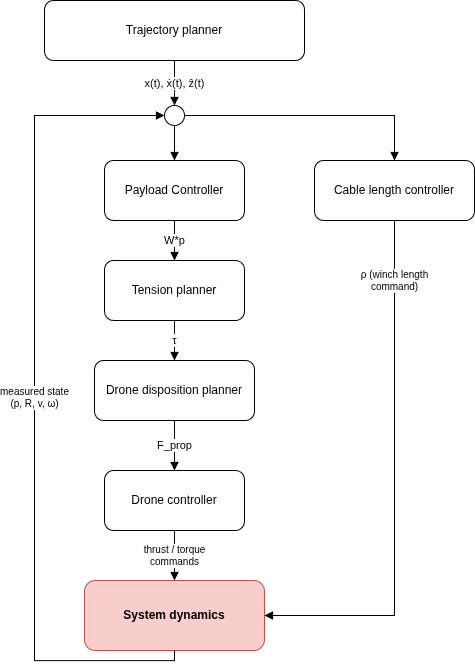
chiarabuono/ACTS-report keeps this draw.io diagram as images/diagrams/control_scheme.png. Above is the earlier version. Source tidied: cells renumbered, new cells last; positions are measured from the earlier drawing's top-left corner, leaving out a move shared by most shapes.
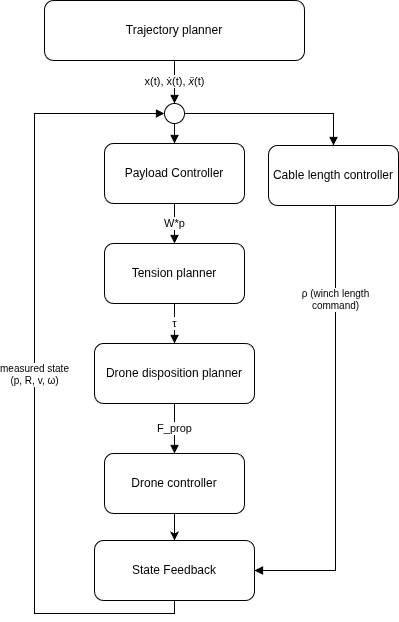
Above is the later version.

Commit message:
State at 3 August 2026

What changed in the source:
```diff
@@ -3,13 +3,13 @@
     <mxCell id="0" />
     <mxCell id="1" parent="0" />
     <mxCell id="2" value="Trajectory planner" style="rounded=1;whiteSpace=wrap;html=1;fillColor=#ffffff;strokeColor=#000000;fontSize=12;" parent="1" vertex="1">
-      <mxGeometry x="10" width="260" height="60" as="geometry" />
+      <mxGeometry x="10" y="17" width="260" height="60" as="geometry" />
     </mxCell>
     <mxCell id="3" style="ellipse;whiteSpace=wrap;html=1;fillColor=#ffffff;strokeColor=#000000;" parent="1" vertex="1">
-      <mxGeometry x="130" y="105" width="20" height="20" as="geometry" />
+      <mxGeometry x="130" y="120" width="20" height="20" as="geometry" />
     </mxCell>
     <mxCell id="4" value="Cable length controller" style="rounded=1;whiteSpace=wrap;html=1;fillColor=#ffffff;strokeColor=#000000;fontSize=12;" parent="1" vertex="1">
-      <mxGeometry x="280" y="160" width="160" height="60" as="geometry" />
+      <mxGeometry x="234" y="162" width="130" height="60" as="geometry" />
     </mxCell>
     <mxCell id="5" value="Payload Controller" style="rounded=1;whiteSpace=wrap;html=1;fillColor=#ffffff;strokeColor=#000000;fontSize=12;" parent="1" vertex="1">
       <mxGeometry x="70" y="160" width="140" height="60" as="geometry" />
@@ -20,13 +20,16 @@
     <mxCell id="7" value="Drone disposition planner" style="rounded=1;whiteSpace=wrap;html=1;fillColor=#ffffff;strokeColor=#000000;fontSize=12;" parent="1" vertex="1">
       <mxGeometry x="60" y="360" width="160" height="60" as="geometry" />
     </mxCell>
+    <mxCell id="16" style="edgeStyle=orthogonalEdgeStyle;rounded=0;jettySize=auto;html=1;exitX=0.5;exitY=1;exitDx=0;exitDy=0;entryX=0.5;entryY=0;entryDx=0;entryDy=0;" parent="1" edge="1" source="8" target="9">
+      <mxGeometry relative="1" as="geometry" />
+    </mxCell>
     <mxCell id="8" value="Drone controller" style="rounded=1;whiteSpace=wrap;html=1;fillColor=#ffffff;strokeColor=#000000;fontSize=12;" parent="1" vertex="1">
       <mxGeometry x="70" y="470" width="140" height="60" as="geometry" />
     </mxCell>
-    <mxCell id="9" value="System dynamics" style="rounded=1;whiteSpace=wrap;html=1;fillColor=#f8cecc;strokeColor=#b85450;fontSize=12;fontStyle=1;" parent="1" vertex="1">
-      <mxGeometry x="50" y="580" width="180" height="70" as="geometry" />
+    <mxCell id="9" value="State Feedback" style="rounded=1;whiteSpace=wrap;html=1;fontSize=12;fontStyle=0;" parent="1" vertex="1">
+      <mxGeometry x="60" y="557" width="160" height="60" as="geometry" />
     </mxCell>
-    <mxCell id="10" value="x(t), ẋ(t), ẑ(t)" style="edgeStyle=orthogonalEdgeStyle;rounded=0;html=1;endArrow=block;endFill=1;fontSize=11;exitX=0.5;exitY=1;entryX=0.5;entryY=0;" parent="1" edge="1" source="2" target="3">
+    <mxCell id="10" value="&lt;div&gt;x(t), ẋ(t),&amp;nbsp;&lt;span&gt;&lt;em&gt;ẍ&lt;/em&gt;&lt;/span&gt;(t)&lt;/div&gt;" style="edgeStyle=orthogonalEdgeStyle;rounded=0;html=1;endArrow=block;endFill=1;fontSize=11;exitX=0.5;exitY=1;entryX=0.5;entryY=0;" parent="1" edge="1" source="2" target="3">
       <mxGeometry relative="1" as="geometry" />
     </mxCell>
     <mxCell id="11" style="edgeStyle=orthogonalEdgeStyle;rounded=0;html=1;endArrow=block;endFill=1;exitX=1;exitY=0.5;entryX=0.5;entryY=0;exitDx=0;exitDy=0;" parent="1" edge="1" source="3" target="4">
@@ -44,22 +47,19 @@
     <mxCell id="15" value="F_prop" style="edgeStyle=orthogonalEdgeStyle;rounded=0;html=1;endArrow=block;endFill=1;fontSize=11;" parent="1" edge="1" source="7" target="8">
       <mxGeometry relative="1" as="geometry" />
     </mxCell>
-    <mxCell id="16" value="thrust / torque&#10;commands" style="edgeStyle=orthogonalEdgeStyle;rounded=0;html=1;endArrow=block;endFill=1;fontSize=10;" parent="1" edge="1" source="8" target="9">
-      <mxGeometry relative="1" as="geometry" />
-    </mxCell>
     <mxCell id="17" value="ρ (winch length&#10;command)" style="edgeStyle=orthogonalEdgeStyle;rounded=0;html=1;endArrow=block;endFill=1;fontSize=10;exitX=0.5;exitY=1;entryX=1;entryY=0.5;entryDx=0;entryDy=0;exitDx=0;exitDy=0;" parent="1" edge="1" source="4" target="9">
-      <mxGeometry x="-0.77" relative="1" as="geometry">
+      <mxGeometry x="-0.57" relative="1" as="geometry">
         <Array as="points">
-          <mxPoint x="360" y="615" />
+          <mxPoint x="301" y="587" />
         </Array>
       </mxGeometry>
     </mxCell>
     <mxCell id="18" value="measured state&#10;(p, R, v, ω)" style="edgeStyle=orthogonalEdgeStyle;rounded=0;html=1;endArrow=block;endFill=1;fontSize=10;exitX=0.5;exitY=1;entryX=0;entryY=0.5;exitDx=0;exitDy=0;" parent="1" edge="1" source="9" target="3">
       <mxGeometry relative="1" as="geometry">
         <Array as="points">
-          <mxPoint x="140" y="660" />
-          <mxPoint y="660" />
-          <mxPoint y="115" />
+          <mxPoint x="140" y="630" />
+          <mxPoint y="630" />
+          <mxPoint y="130" />
         </Array>
       </mxGeometry>
     </mxCell>
```
